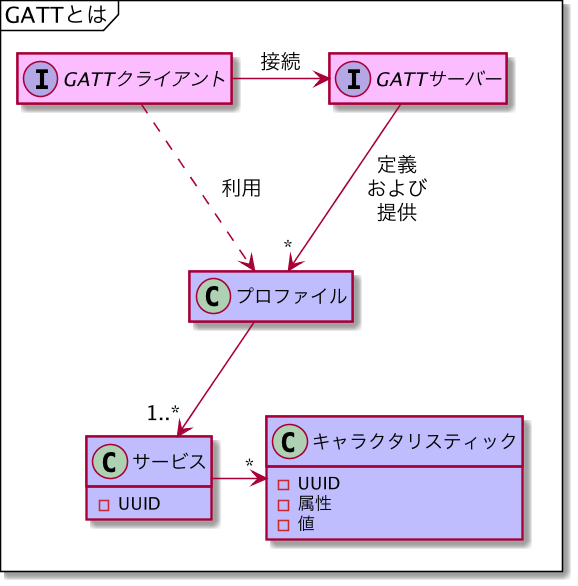
The PlantUML diagram out/plantuml/classes_what_is_gatt.png in musen-connect-inc/linble-sample-wireless-uart, before a commit.
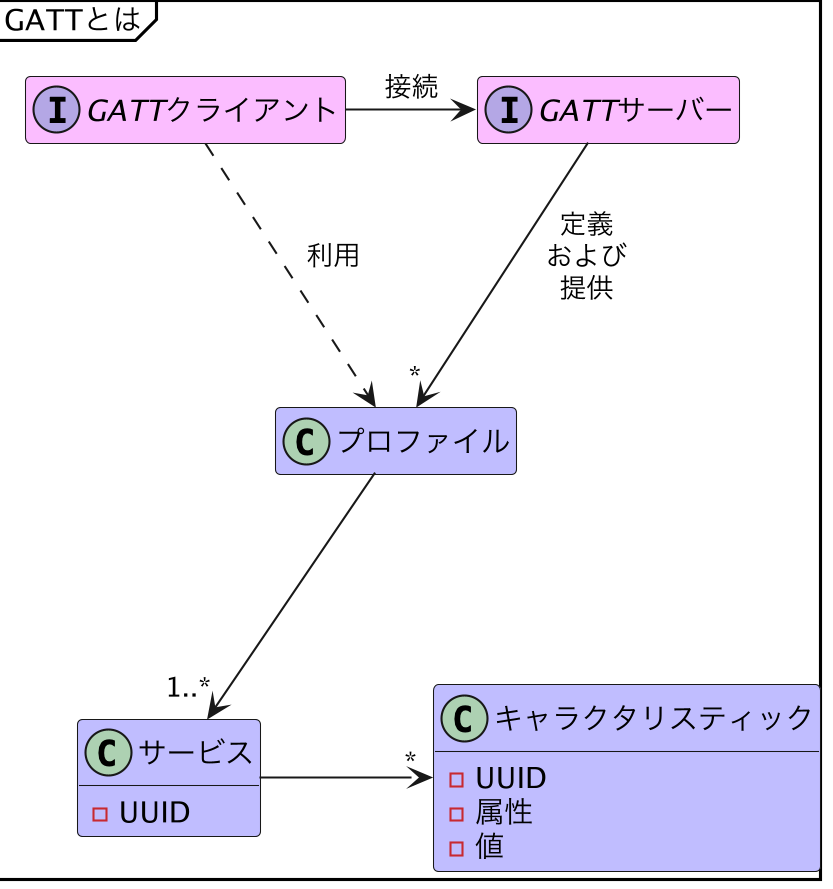
The same diagram one commit later.

The edit, as a diff of the source:
```diff
@@ -1,5 +1,5 @@
 @startuml classes_what_is_gatt
-skinparamlocked dpi 150
+skinparamlocked dpi 200
 
 mainframe GATTとは
 
```
